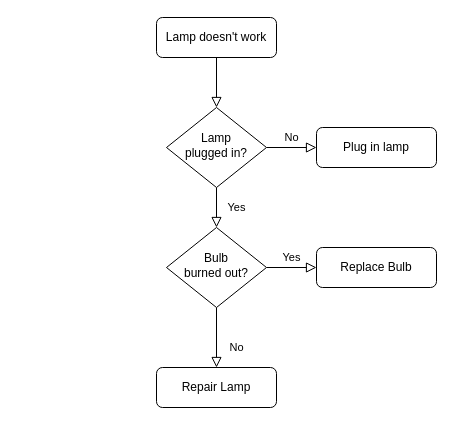
prasannawilliams/high-level-architecture keeps this draw.io diagram as invesmentAuditLogs.drawio. Above is the earlier version. Source tidied: cells renumbered, new cells numbered last; positions are measured from the earlier drawing's top-left corner, leaving out a move shared by most shapes. Both pictures are drawn from the tidied source at 100%, with x=0, y=0 at pixel (156, 17).
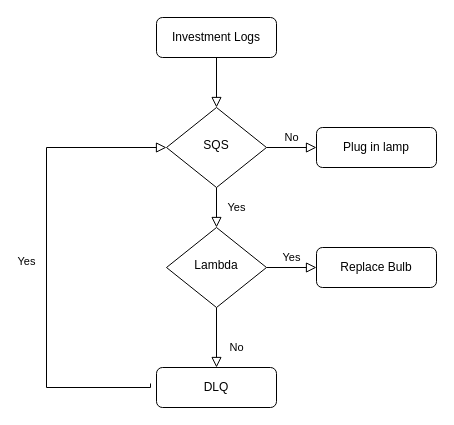
Above is the later version.

The edit, as a diff of the source:
```diff
@@
 <mxGraphModel>
   <root>
     <mxCell id="0" />
     <mxCell id="1" parent="0" />
     <mxCell id="2" style="rounded=0;html=1;jettySize=auto;fontSize=11;endArrow=block;endFill=0;endSize=8;strokeWidth=1;shadow=0;labelBackgroundColor=none;edgeStyle=orthogonalEdgeStyle;" parent="1" edge="1" source="3" target="6">
       <mxGeometry relative="1" as="geometry" />
     </mxCell>
-    <mxCell id="3" value="Lamp doesn't work" style="rounded=1;whiteSpace=wrap;html=1;fontSize=12;glass=0;strokeWidth=1;shadow=0;" parent="1" vertex="1">
+    <mxCell id="3" value="Investment Logs" style="rounded=1;whiteSpace=wrap;html=1;fontSize=12;glass=0;strokeWidth=1;shadow=0;" parent="1" vertex="1">
       <mxGeometry width="120" height="40" as="geometry" />
     </mxCell>
     <mxCell id="4" value="Yes" style="rounded=0;html=1;jettySize=auto;fontSize=11;endArrow=block;endFill=0;endSize=8;strokeWidth=1;shadow=0;labelBackgroundColor=none;edgeStyle=orthogonalEdgeStyle;" parent="1" edge="1" source="6" target="10">
-      <mxGeometry y="20" relative="1" as="geometry" />
+      <mxGeometry y="20" relative="1" as="geometry">
+        <Array as="points">
+          <mxPoint x="10" y="140" />
+          <mxPoint x="10" y="140" />
+        </Array>
+      </mxGeometry>
     </mxCell>
     <mxCell id="5" value="No" style="edgeStyle=orthogonalEdgeStyle;rounded=0;html=1;jettySize=auto;fontSize=11;endArrow=block;endFill=0;endSize=8;strokeWidth=1;shadow=0;labelBackgroundColor=none;" parent="1" edge="1" source="6" target="7">
       <mxGeometry y="10" relative="1" as="geometry" />
     </mxCell>
-    <mxCell id="6" value="Lamp&lt;br&gt;plugged in?" style="rhombus;whiteSpace=wrap;html=1;shadow=0;fontFamily=Helvetica;fontSize=12;align=center;strokeWidth=1;spacing=6;spacingTop=-4;" parent="1" vertex="1">
+    <mxCell id="6" value="SQS" style="rhombus;whiteSpace=wrap;html=1;shadow=0;fontFamily=Helvetica;fontSize=12;align=center;strokeWidth=1;spacing=6;spacingTop=-4;" parent="1" vertex="1">
       <mxGeometry x="10" y="90" width="100" height="80" as="geometry" />
     </mxCell>
     <mxCell id="7" value="Plug in lamp" style="rounded=1;whiteSpace=wrap;html=1;fontSize=12;glass=0;strokeWidth=1;shadow=0;" parent="1" vertex="1">
       <mxGeometry x="160" y="110" width="120" height="40" as="geometry" />
     </mxCell>
     <mxCell id="8" value="No" style="rounded=0;html=1;jettySize=auto;fontSize=11;endArrow=block;endFill=0;endSize=8;strokeWidth=1;shadow=0;labelBackgroundColor=none;edgeStyle=orthogonalEdgeStyle;" parent="1" edge="1" source="10" target="11">
       <mxGeometry x="0.33" y="20" relative="1" as="geometry" />
     </mxCell>
     <mxCell id="9" value="Yes" style="edgeStyle=orthogonalEdgeStyle;rounded=0;html=1;jettySize=auto;fontSize=11;endArrow=block;endFill=0;endSize=8;strokeWidth=1;shadow=0;labelBackgroundColor=none;" parent="1" edge="1" source="10" target="12">
       <mxGeometry y="10" relative="1" as="geometry" />
     </mxCell>
-    <mxCell id="10" value="Bulb&lt;br&gt;burned out?" style="rhombus;whiteSpace=wrap;html=1;shadow=0;fontFamily=Helvetica;fontSize=12;align=center;strokeWidth=1;spacing=6;spacingTop=-4;" parent="1" vertex="1">
+    <mxCell id="10" value="Lambda" style="rhombus;whiteSpace=wrap;html=1;shadow=0;fontFamily=Helvetica;fontSize=12;align=center;strokeWidth=1;spacing=6;spacingTop=-4;" parent="1" vertex="1">
       <mxGeometry x="10" y="210" width="100" height="80" as="geometry" />
     </mxCell>
-    <mxCell id="11" value="Repair Lamp" style="rounded=1;whiteSpace=wrap;html=1;fontSize=12;glass=0;strokeWidth=1;shadow=0;" parent="1" vertex="1">
+    <mxCell id="11" value="DLQ" style="rounded=1;whiteSpace=wrap;html=1;fontSize=12;glass=0;strokeWidth=1;shadow=0;" parent="1" vertex="1">
       <mxGeometry y="350" width="120" height="40" as="geometry" />
     </mxCell>
     <mxCell id="12" value="Replace Bulb" style="rounded=1;whiteSpace=wrap;html=1;fontSize=12;glass=0;strokeWidth=1;shadow=0;" parent="1" vertex="1">
       <mxGeometry x="160" y="230" width="120" height="40" as="geometry" />
     </mxCell>
+    <mxCell id="13" value="Yes" style="rounded=0;html=1;jettySize=auto;fontSize=11;endArrow=block;endFill=0;endSize=8;strokeWidth=1;shadow=0;labelBackgroundColor=none;edgeStyle=orthogonalEdgeStyle;exitX=-0.05;exitY=0.4;exitDx=0;exitDy=0;entryX=0;entryY=0.5;entryDx=0;entryDy=0;exitPerimeter=0;" parent="1" edge="1" source="11" target="6">
+      <mxGeometry y="20" relative="1" as="geometry">
+        <Array as="points">
+          <mxPoint x="-6" y="370" />
+          <mxPoint x="-110" y="370" />
+          <mxPoint x="-110" y="130" />
+        </Array>
+      </mxGeometry>
+    </mxCell>
   </root>
 </mxGraphModel>
```
